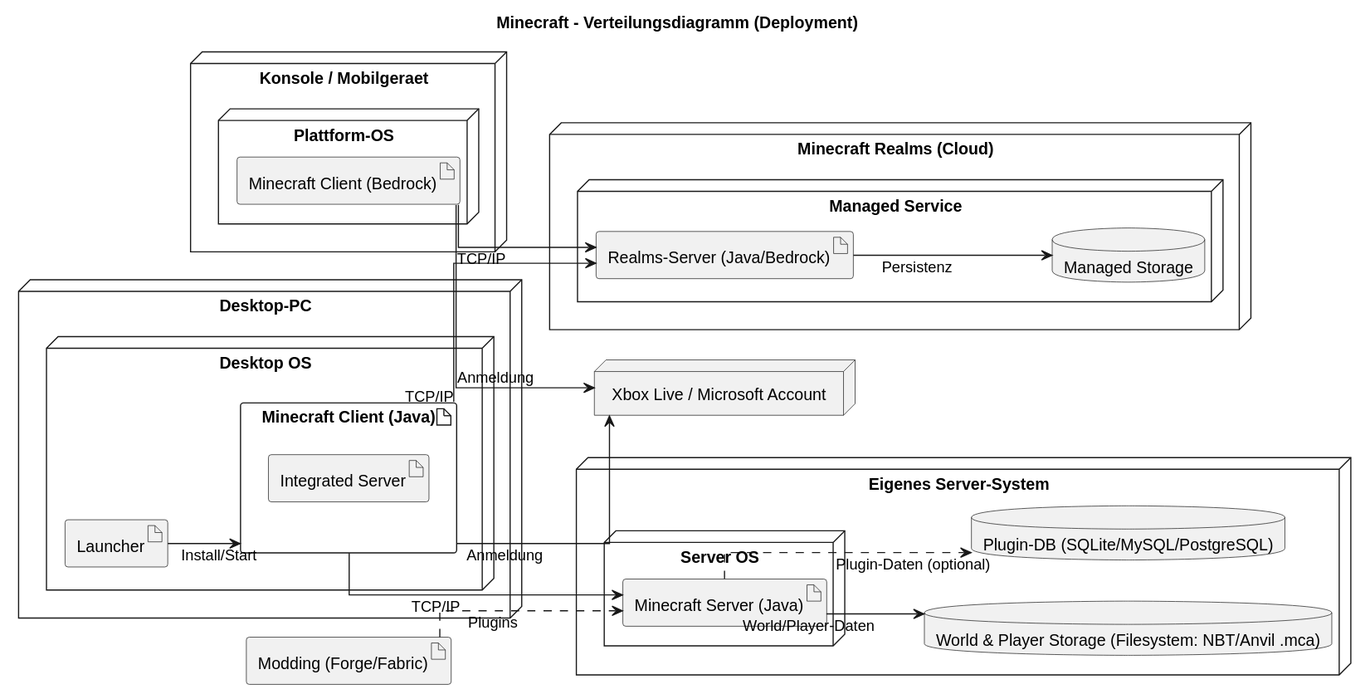
Earlier version of the PlantUML export diagrams/verteilung.svg (Faaben/Minecarft-Softwarearchitektur).
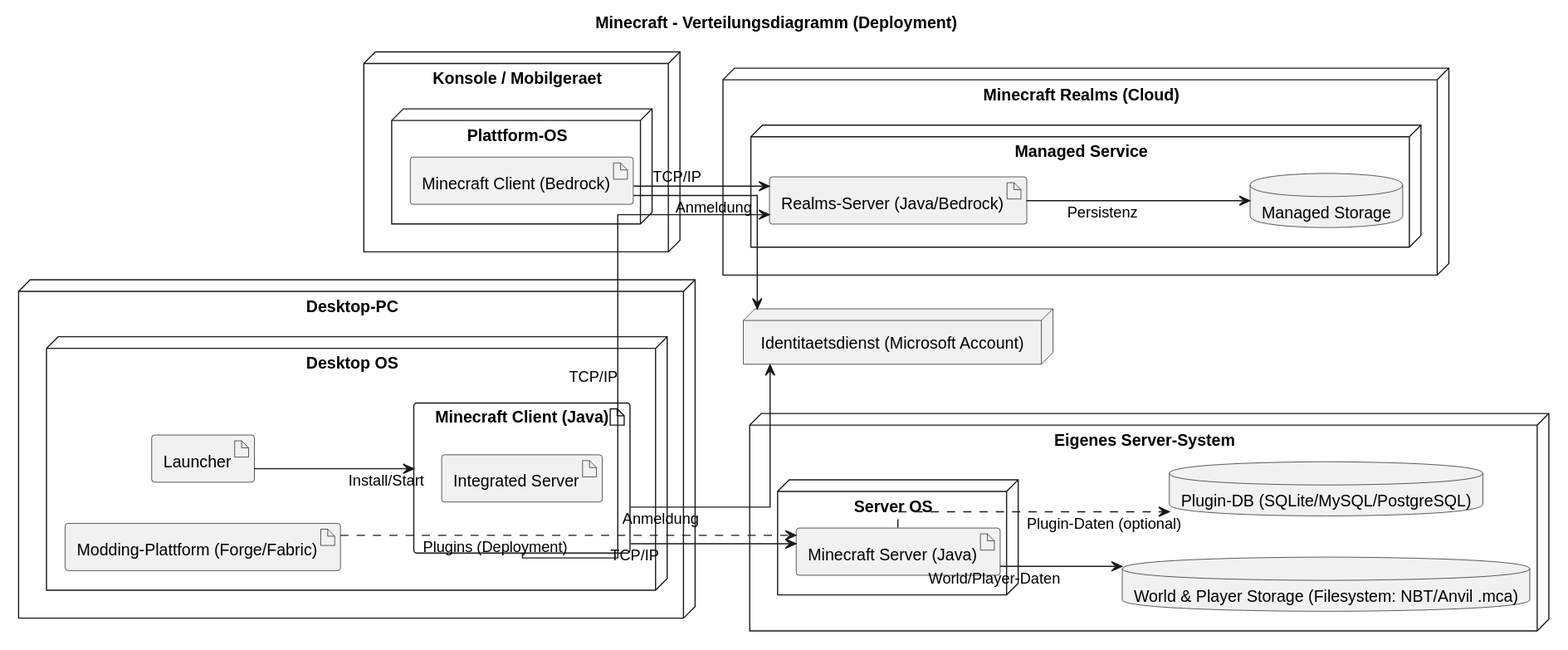
After the change.

Commit message:
Texhnisches Kontextdiagramm

Diff of the diagram source:
```diff
@@ -12,6 +12,7 @@
       artifact "Integrated Server" as IntegratedSrv
     }
     artifact "Launcher" as Launcher
+    artifact "Modding-Plattform (Forge/Fabric)" as Modding
   }
 }
 
@@ -36,8 +37,7 @@
   }
 }
 
-node "Xbox Live / Microsoft Account" as Xbox
-artifact "Modding (Forge/Fabric)" as Modding
+node "Identitaetsdienst (Microsoft Account)" as Xbox
 
 ClientJava --> ServerJava : TCP/IP
 ClientJava --> RealmsSrv : TCP/IP
@@ -45,7 +45,7 @@
 Launcher --> ClientJava : Install/Start
 ClientJava --> Xbox : Anmeldung
 ClientBedrock --> Xbox : Anmeldung
-Modding ..> ServerJava : Plugins
+Modding ..> ServerJava : Plugins (Deployment)
 
 ServerJava --> WorldStore : World/Player-Daten
 ServerJava ..> PluginDB : Plugin-Daten (optional)
```
